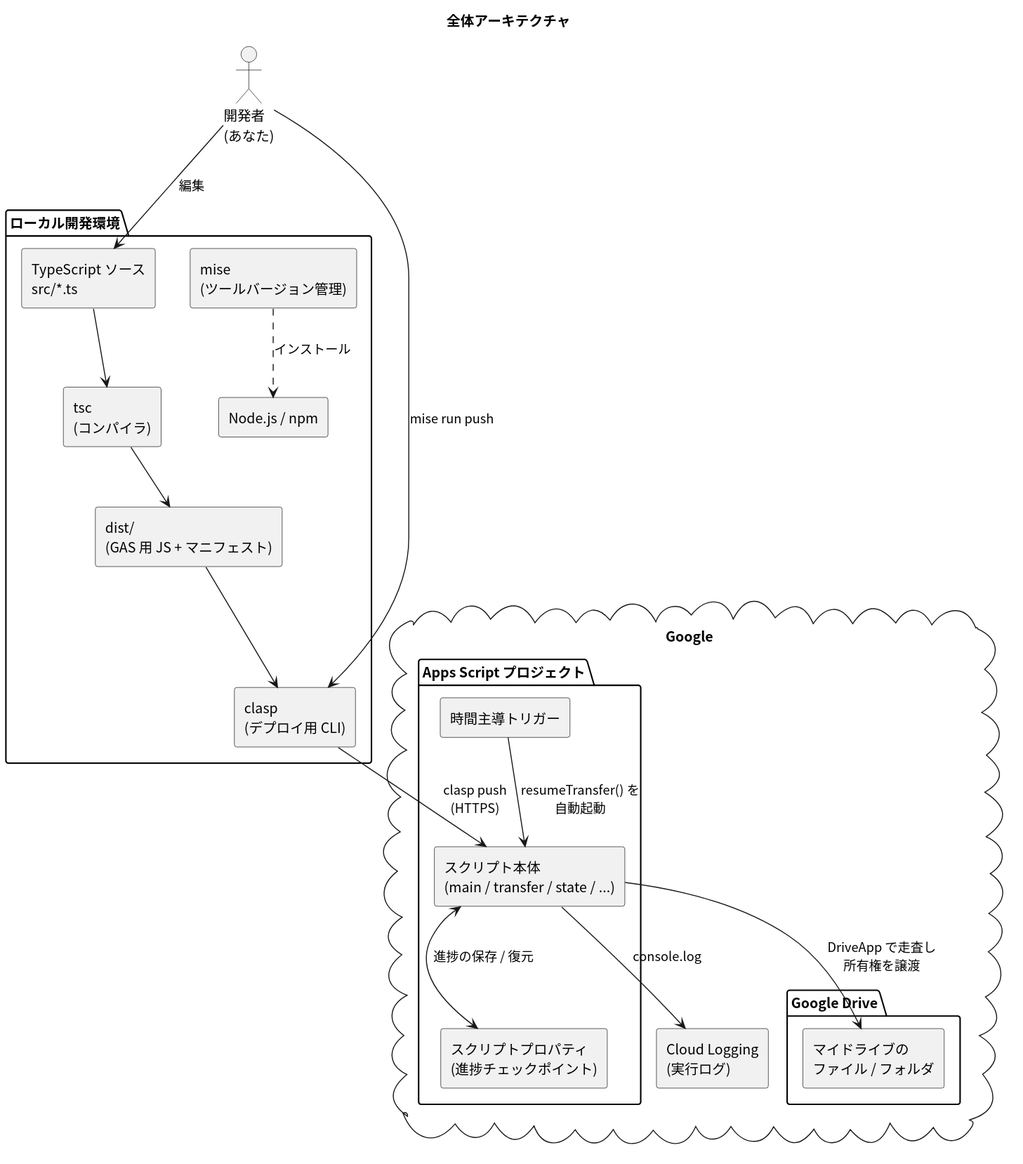
Earlier version of the PlantUML export gas-drive-ownership-transfer-2026-07-11/docs/textbook/images/01_architecture.svg (pollenjp-org/sandbox).
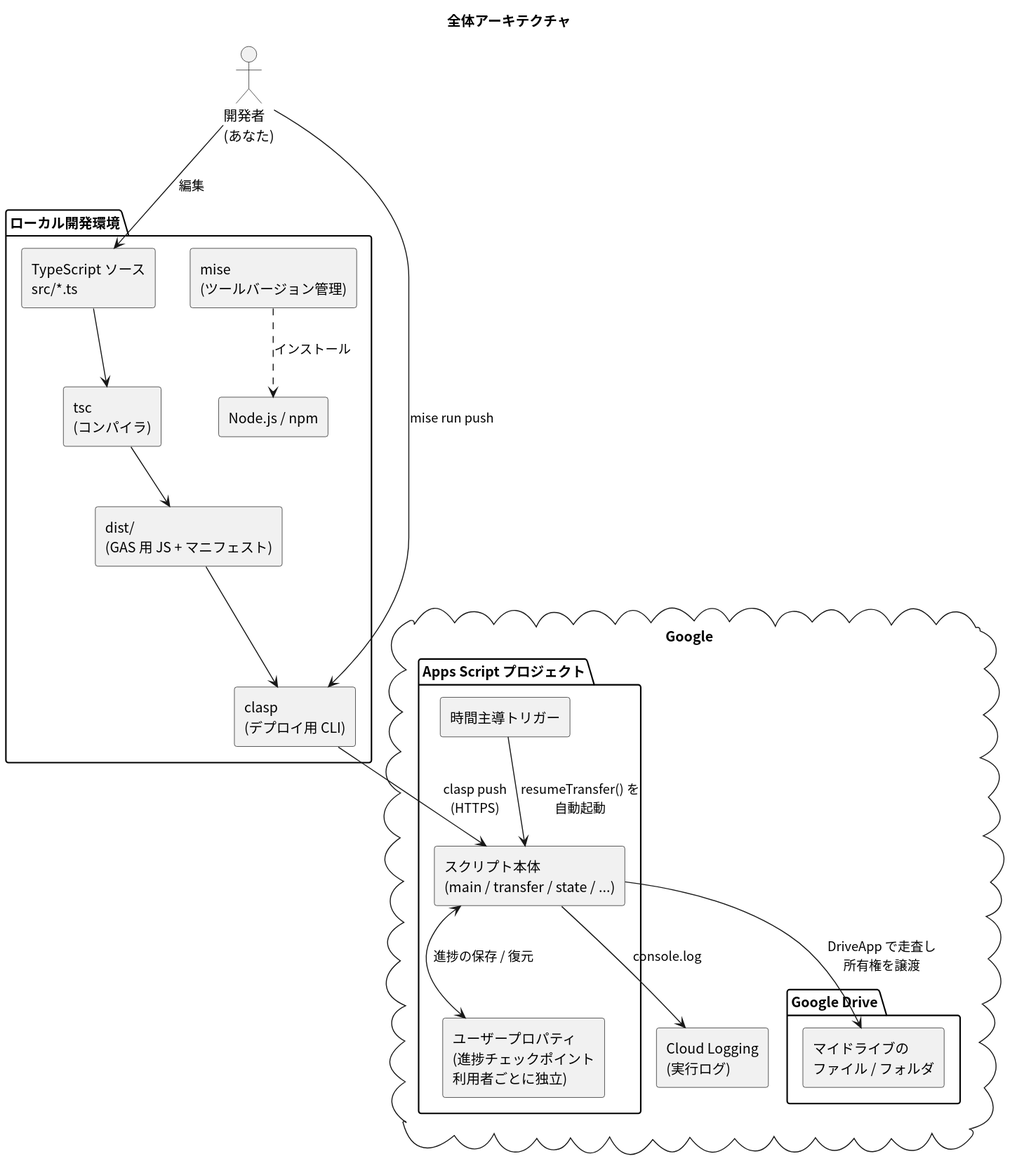
Above is the later version.

Diff of the diagram source:
```diff
@@ -24,7 +24,7 @@
   package "Apps Script プロジェクト" {
     component "スクリプト本体\n(main / transfer / state / ...)" as gas
     component "時間主導トリガー" as trigger
-    component "スクリプトプロパティ\n(進捗チェックポイント)" as props
+    component "ユーザープロパティ\n(進捗チェックポイント\n利用者ごとに独立)" as props
   }
   component "Cloud Logging\n(実行ログ)" as logging
   package "Google Drive" {
```
